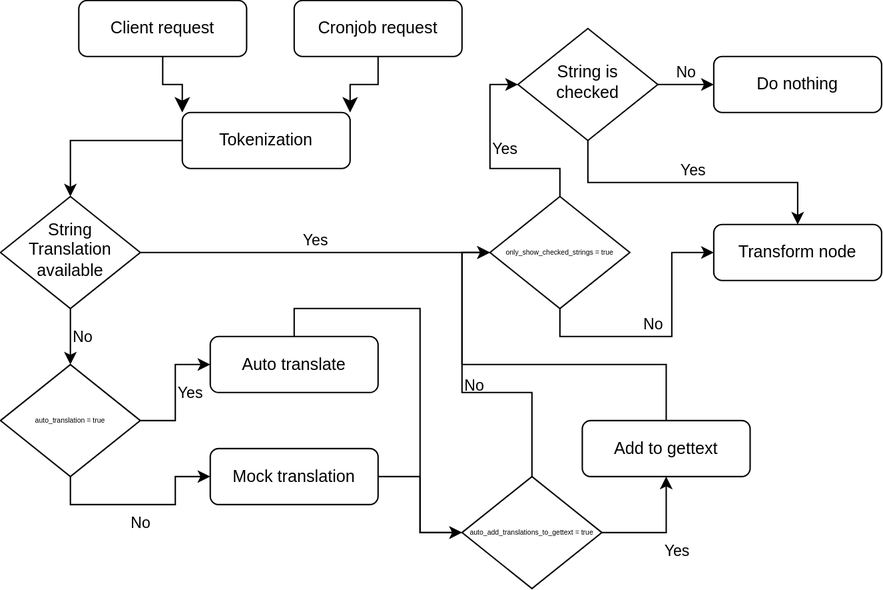
The draw.io diagram gtbabel.drawio.svg in vielhuber/gtbabel, before a commit. Source tidied: cells renumbered, new cells last; positions are measured from the earlier drawing's top-left corner, leaving out a move shared by most shapes.
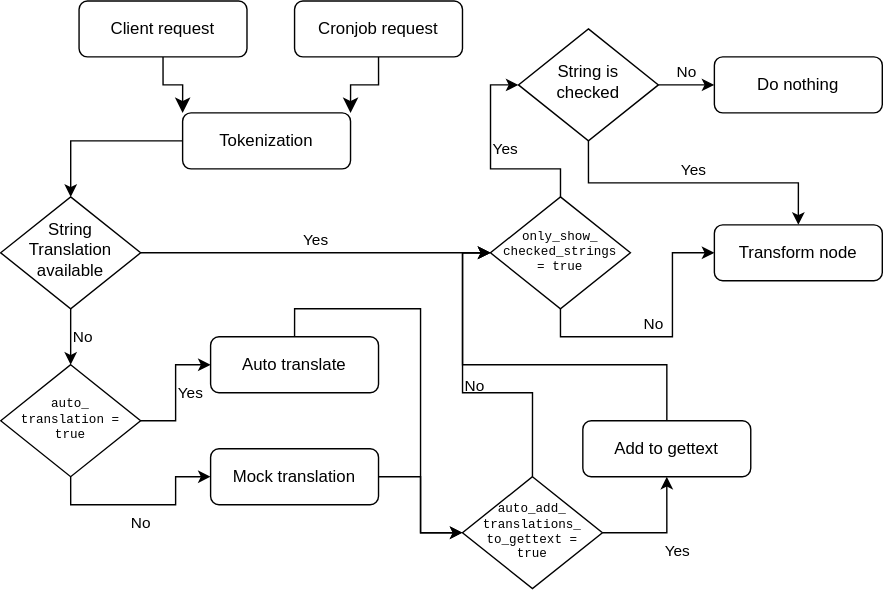
Later version of the same file.

What changed in the source:
```diff
@@ -47,7 +47,7 @@
     <mxCell id="16" value="No" style="edgeStyle=orthogonalEdgeStyle;rounded=0;comic=0;jettySize=auto;html=1;shadow=0;labelBackgroundColor=none;endArrow=classic;endFill=1;labelPosition=left;verticalLabelPosition=top;align=right;verticalAlign=bottom;entryX=0;entryY=0.5;entryDx=0;entryDy=0;exitX=0.5;exitY=1;exitDx=0;exitDy=0;" parent="1" edge="1" source="17" target="21">
       <mxGeometry relative="1" as="geometry" />
     </mxCell>
-    <mxCell id="17" value="&lt;font style=&quot;font-size: 5px&quot;&gt;only_show_checked_strings = true&lt;/font&gt;" style="rhombus;whiteSpace=wrap;html=1;shadow=0;fontFamily=Helvetica;fontSize=12;align=center;strokeWidth=1;spacing=6;spacingTop=-4;" parent="1" vertex="1">
+    <mxCell id="17" value="&lt;font style=&quot;font-size: 9px&quot;&gt;only_show_&lt;br style=&quot;font-size: 9px&quot;&gt;checked_strings = true&lt;/font&gt;" style="rhombus;whiteSpace=wrap;html=1;shadow=0;fontFamily=Courier New;fontSize=9;align=center;strokeWidth=1;spacing=6;spacingTop=0;rounded=0;verticalAlign=middle;horizontal=1;" parent="1" vertex="1">
       <mxGeometry x="350" y="140" width="100" height="80" as="geometry" />
     </mxCell>
     <mxCell id="18" value="Yes" style="edgeStyle=orthogonalEdgeStyle;rounded=0;comic=0;jettySize=auto;html=1;shadow=0;labelBackgroundColor=none;endArrow=classic;endFill=1;exitX=0.5;exitY=1;exitDx=0;exitDy=0;labelPosition=center;verticalLabelPosition=top;align=center;verticalAlign=bottom;entryX=0.5;entryY=0;entryDx=0;entryDy=0;" parent="1" edge="1" source="20" target="21">
@@ -71,7 +71,7 @@
     <mxCell id="24" value="Yes" style="edgeStyle=orthogonalEdgeStyle;rounded=0;comic=0;jettySize=auto;html=1;shadow=0;labelBackgroundColor=none;endArrow=classic;endFill=1;exitX=1;exitY=0.5;exitDx=0;exitDy=0;entryX=0;entryY=0.5;entryDx=0;entryDy=0;labelPosition=right;verticalLabelPosition=middle;align=left;verticalAlign=middle;" parent="1" edge="1" source="25" target="4">
       <mxGeometry relative="1" as="geometry" />
     </mxCell>
-    <mxCell id="25" value="&lt;font style=&quot;font-size: 5px&quot;&gt;auto_translation = true&lt;/font&gt;" style="rhombus;whiteSpace=wrap;html=1;shadow=0;fontFamily=Helvetica;fontSize=12;align=center;strokeWidth=1;spacing=6;spacingTop=-4;" parent="1" vertex="1">
+    <mxCell id="25" value="&lt;font style=&quot;font-size: 9px&quot;&gt;auto_&lt;br&gt;translation = true&lt;/font&gt;" style="rhombus;whiteSpace=wrap;html=1;shadow=0;fontFamily=Courier New;fontSize=9;align=center;strokeWidth=1;spacing=6;spacingTop=0;" parent="1" vertex="1">
       <mxGeometry y="260" width="100" height="80" as="geometry" />
     </mxCell>
     <mxCell id="26" value="Yes" style="edgeStyle=orthogonalEdgeStyle;rounded=0;comic=0;jettySize=auto;html=1;shadow=0;labelBackgroundColor=none;endArrow=classic;endFill=1;exitX=1;exitY=0.5;exitDx=0;exitDy=0;entryX=0.5;entryY=1;entryDx=0;entryDy=0;labelPosition=right;verticalLabelPosition=bottom;align=left;verticalAlign=top;" parent="1" edge="1" source="28" target="11">
@@ -80,7 +80,7 @@
     <mxCell id="27" value="No" style="edgeStyle=orthogonalEdgeStyle;rounded=0;comic=0;jettySize=auto;html=1;shadow=0;labelBackgroundColor=none;endArrow=classic;endFill=1;entryX=0;entryY=0.5;entryDx=0;entryDy=0;exitX=0.5;exitY=0;exitDx=0;exitDy=0;labelPosition=right;verticalLabelPosition=middle;align=left;verticalAlign=middle;" parent="1" edge="1" source="28" target="17">
       <mxGeometry relative="1" as="geometry" />
     </mxCell>
-    <mxCell id="28" value="&lt;font style=&quot;font-size: 5px&quot;&gt;auto_add_translations_to_gettext = true&lt;/font&gt;" style="rhombus;whiteSpace=wrap;html=1;shadow=0;fontFamily=Helvetica;fontSize=12;align=center;strokeWidth=1;spacing=6;spacingTop=-4;" parent="1" vertex="1">
+    <mxCell id="28" value="&lt;font style=&quot;font-size: 9px&quot;&gt;auto_add_&lt;br&gt;translations_&lt;br&gt;to_gettext = true&lt;/font&gt;" style="rhombus;whiteSpace=wrap;html=1;shadow=0;fontFamily=Courier New;fontSize=9;align=center;strokeWidth=1;spacing=6;spacingTop=0;" parent="1" vertex="1">
       <mxGeometry x="330" y="340" width="100" height="80" as="geometry" />
     </mxCell>
     <mxCell id="29" style="edgeStyle=orthogonalEdgeStyle;rounded=0;comic=0;jettySize=auto;html=1;shadow=0;labelBackgroundColor=none;endArrow=classic;endFill=1;entryX=0;entryY=0.5;entryDx=0;entryDy=0;exitX=1;exitY=0.5;exitDx=0;exitDy=0;" parent="1" edge="1" source="30" target="28">
```
